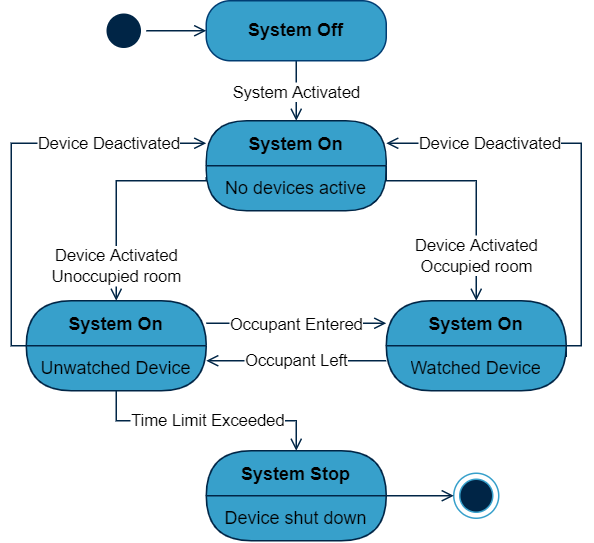
This is Reports/Diagrams/State Diagram.drawio.png from TKEglin/CTP2, a draw.io export, as it was before one commit. Source tidied: cells renumbered, new cells last; positions are measured from the earlier drawing's top-left corner, leaving out a move shared by most shapes.
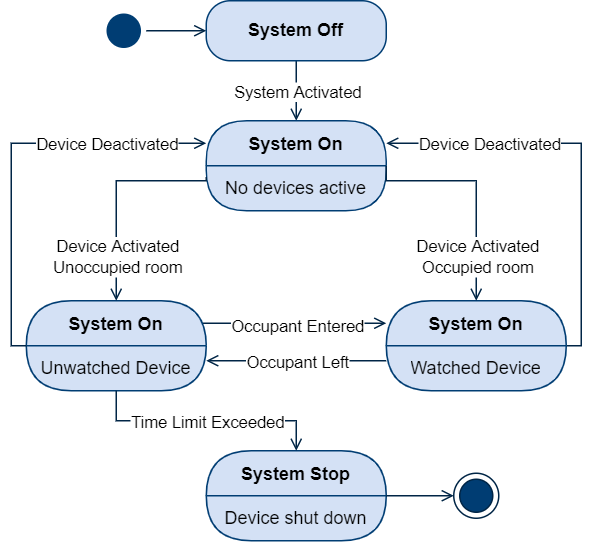
Later version of the same file.

The edit, as a diff of the source:
```diff
@@ -15,28 +15,29 @@
         <mxPoint x="1" y="6" as="offset" />
       </mxGeometry>
     </mxCell>
-    <mxCell id="4" value="&lt;b&gt;System Off&lt;/b&gt;" style="rounded=1;whiteSpace=wrap;html=1;arcSize=40;fontColor=#000000;fillColor=#37a0cb;strokeColor=#003D73;" parent="1" vertex="1">
+    <mxCell id="4" value="&lt;b&gt;System Off&lt;/b&gt;" style="rounded=1;whiteSpace=wrap;html=1;arcSize=40;fontColor=#000000;fillColor=#D4E1F5;strokeColor=#003d73;" parent="1" vertex="1">
       <mxGeometry x="130" width="120" height="40" as="geometry" />
     </mxCell>
-    <mxCell id="5" value="System On" style="swimlane;fontStyle=1;align=center;verticalAlign=middle;horizontal=1;startSize=30;fontColor=#000000;rounded=1;arcSize=30;strokeColor=#002546;fillColor=#37A0CB;swimlaneFillColor=#37A0CB;" parent="1" vertex="1">
+    <mxCell id="5" value="System On" style="swimlane;fontStyle=1;align=center;verticalAlign=middle;horizontal=1;startSize=30;fontColor=#000000;rounded=1;arcSize=30;strokeColor=#003d73;fillColor=#D4E1F5;swimlaneFillColor=#D4E1F5;" parent="1" vertex="1">
       <mxGeometry x="130" y="80" width="120" height="60" as="geometry" />
     </mxCell>
     <mxCell id="6" value="No devices active" style="text;html=1;strokeColor=none;fillColor=none;align=center;verticalAlign=middle;spacingLeft=4;spacingRight=4;whiteSpace=wrap;overflow=hidden;fontColor=#000000;" parent="5" vertex="1">
       <mxGeometry y="30" width="120" height="30" as="geometry" />
     </mxCell>
-    <mxCell id="7" style="edgeStyle=orthogonalEdgeStyle;rounded=0;jettySize=auto;html=1;exitX=1;exitY=0.25;exitDx=0;exitDy=0;entryX=0;entryY=0.25;entryDx=0;entryDy=0;endArrow=open;endFill=0;endSize=6;strokeColor=#002546;" parent="1" edge="1" source="8" target="12">
-      <mxGeometry relative="1" as="geometry" />
+    <mxCell id="7" style="edgeStyle=orthogonalEdgeStyle;rounded=0;jettySize=auto;html=1;entryX=0;entryY=0.25;entryDx=0;entryDy=0;endArrow=open;endFill=0;endSize=6;strokeColor=#002546;" parent="1" edge="1" target="12">
+      <mxGeometry relative="1" as="geometry">
+        <mxPoint x="120" y="215" as="sourcePoint" />
+      </mxGeometry>
     </mxCell>
-    <mxCell id="8" value="System On" style="swimlane;fontStyle=1;align=center;verticalAlign=middle;horizontal=1;startSize=30;fontColor=#000000;rounded=1;arcSize=39;strokeColor=#002546;fillColor=#37A0CB;swimlaneFillColor=#37A0CB;" parent="1" vertex="1">
+    <mxCell id="8" value="System On" style="swimlane;fontStyle=1;align=center;verticalAlign=middle;horizontal=1;startSize=30;fontColor=#000000;rounded=1;arcSize=39;strokeColor=#003d73;fillColor=#D4E1F5;swimlaneFillColor=#D4E1F5;" parent="1" vertex="1">
       <mxGeometry x="10" y="200" width="120" height="60" as="geometry" />
     </mxCell>
     <mxCell id="9" value="Unwatched Device" style="text;html=1;strokeColor=none;fillColor=none;align=center;verticalAlign=middle;spacingLeft=4;spacingRight=4;whiteSpace=wrap;overflow=hidden;fontColor=#000000;" parent="8" vertex="1">
       <mxGeometry y="30" width="120" height="30" as="geometry" />
     </mxCell>
-    <mxCell id="10" style="edgeStyle=orthogonalEdgeStyle;rounded=0;jettySize=auto;html=1;exitX=1;exitY=0.25;exitDx=0;exitDy=0;entryX=1;entryY=0.25;entryDx=0;entryDy=0;endArrow=open;endFill=0;endSize=6;strokeColor=#002546;" parent="1" edge="1" source="13" target="5">
+    <mxCell id="10" style="edgeStyle=orthogonalEdgeStyle;rounded=0;jettySize=auto;html=1;exitX=1;exitY=0;exitDx=0;exitDy=0;entryX=1;entryY=0.25;entryDx=0;entryDy=0;endArrow=open;endFill=0;endSize=6;strokeColor=#002546;" parent="1" edge="1" source="13" target="5">
       <mxGeometry relative="1" as="geometry">
         <Array as="points">
-          <mxPoint x="370" y="230" />
           <mxPoint x="380" y="230" />
           <mxPoint x="380" y="95" />
         </Array>
@@ -47,13 +48,13 @@
         <mxPoint x="41" as="offset" />
       </mxGeometry>
     </mxCell>
-    <mxCell id="12" value="System On" style="swimlane;fontStyle=1;align=center;verticalAlign=middle;horizontal=1;startSize=30;fontColor=#000000;rounded=1;arcSize=39;strokeColor=#002546;fillColor=#37A0CB;swimlaneFillColor=#37A0CB;" parent="1" vertex="1">
+    <mxCell id="12" value="System On" style="swimlane;fontStyle=1;align=center;verticalAlign=middle;horizontal=1;startSize=30;fontColor=#000000;rounded=1;arcSize=39;strokeColor=#003d73;fillColor=#D4E1F5;swimlaneFillColor=#D4E1F5;" parent="1" vertex="1">
       <mxGeometry x="250" y="200" width="120" height="60" as="geometry" />
     </mxCell>
     <mxCell id="13" value="Watched Device" style="text;html=1;strokeColor=none;fillColor=none;align=center;verticalAlign=middle;spacingLeft=4;spacingRight=4;whiteSpace=wrap;overflow=hidden;fontColor=#000000;" parent="12" vertex="1">
       <mxGeometry y="30" width="120" height="30" as="geometry" />
     </mxCell>
-    <mxCell id="14" value="System Stop" style="swimlane;fontStyle=1;align=center;verticalAlign=middle;horizontal=1;startSize=30;fontColor=#000000;rounded=1;arcSize=39;strokeColor=#002546;fillColor=#37A0CB;swimlaneFillColor=#37A0CB;" parent="1" vertex="1">
+    <mxCell id="14" value="System Stop" style="swimlane;fontStyle=1;align=center;verticalAlign=middle;horizontal=1;startSize=30;fontColor=#000000;rounded=1;arcSize=39;strokeColor=#003d73;fillColor=#D4E1F5;swimlaneFillColor=#D4E1F5;" parent="1" vertex="1">
       <mxGeometry x="130" y="300" width="120" height="60" as="geometry" />
     </mxCell>
     <mxCell id="15" value="Device shut down" style="text;html=1;strokeColor=none;fillColor=none;align=center;verticalAlign=middle;spacingLeft=4;spacingRight=4;whiteSpace=wrap;overflow=hidden;fontColor=#000000;" parent="14" vertex="1">
@@ -69,7 +70,7 @@
     </mxCell>
     <mxCell id="17" value="Device Activated&lt;br&gt;Unoccupied room" style="edgeLabel;html=1;align=center;verticalAlign=middle;" parent="16" vertex="1">
       <mxGeometry x="0.1" y="-1" relative="1" as="geometry">
-        <mxPoint x="1" y="41" as="offset" />
+        <mxPoint x="1" y="34" as="offset" />
       </mxGeometry>
     </mxCell>
     <mxCell id="18" style="edgeStyle=orthogonalEdgeStyle;rounded=0;jettySize=auto;html=1;exitX=1;exitY=0;exitDx=0;exitDy=0;entryX=0.5;entryY=0;entryDx=0;entryDy=0;endArrow=open;endFill=0;endSize=6;strokeColor=#002546;" parent="1" edge="1" source="6" target="12">
@@ -122,10 +123,10 @@
     <mxCell id="26" style="edgeStyle=orthogonalEdgeStyle;rounded=0;jettySize=auto;html=1;exitX=1;exitY=0.5;exitDx=0;exitDy=0;entryX=0;entryY=0.5;entryDx=0;entryDy=0;endArrow=open;endFill=0;endSize=6;strokeColor=#002546;" parent="1" edge="1" source="27" target="4">
       <mxGeometry relative="1" as="geometry" />
     </mxCell>
-    <mxCell id="27" style="ellipse;html=1;shape=startState;fillColor=#002546;strokeColor=#002546;" parent="1" vertex="1">
+    <mxCell id="27" style="ellipse;html=1;shape=startState;fillColor=#003d73;strokeColor=#003d73;" parent="1" vertex="1">
       <mxGeometry x="60" y="5" width="30" height="30" as="geometry" />
     </mxCell>
-    <mxCell id="28" style="ellipse;html=1;shape=endState;fillColor=#002546;strokeColor=#37A0CB;" parent="1" vertex="1">
+    <mxCell id="28" style="ellipse;html=1;shape=endState;fillColor=#003D73;strokeColor=#002546;" parent="1" vertex="1">
       <mxGeometry x="295" y="315" width="30" height="30" as="geometry" />
     </mxCell>
     <mxCell id="29" style="edgeStyle=orthogonalEdgeStyle;rounded=0;jettySize=auto;html=1;exitX=1;exitY=0;exitDx=0;exitDy=0;entryX=0;entryY=0.5;entryDx=0;entryDy=0;endArrow=open;endFill=0;endSize=6;strokeColor=#002546;" parent="1" edge="1" source="15" target="28">
```
